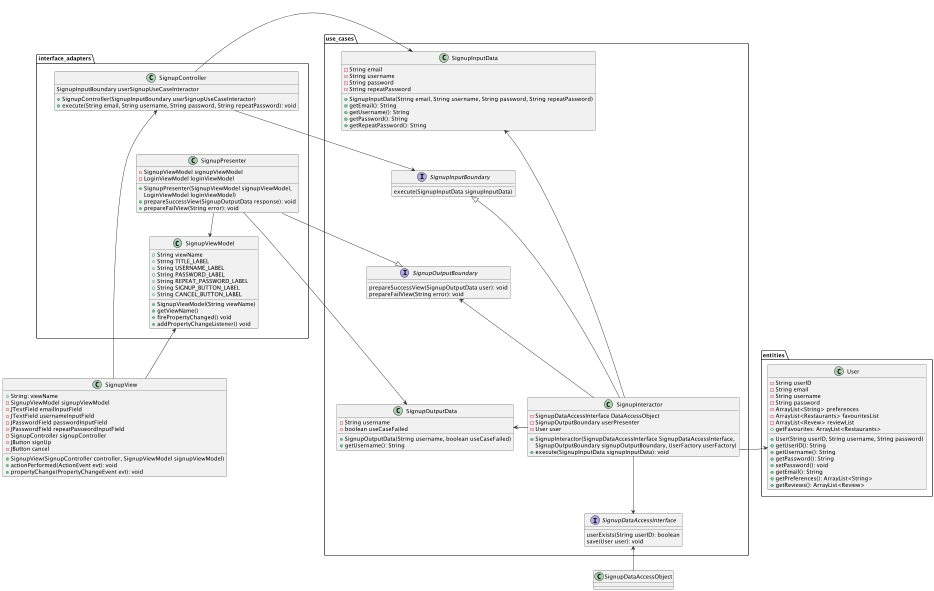
This is src/UML_Diagrams/SignupUseCase_UML.png from sarahmccxv/Restaurant-Search-Application, a PlantUML export, as it was before one commit. Source of this version:
```plantuml
@startuml


class SignupDataAccessObject{

}

class SignupView{
+ String: viewName
- SignupViewModel signupViewModel
- JTextField emailInputField
- JTextField usernameInputField
- JPasswordField passwordInputField
- JPasswordField repeatPasswordInputField
- SignupController signupController
- JButton signUp
- JButton cancel
+ SignupView(SignupController controller, SignupViewModel signupViewModel)
+ actionPerformed(ActionEvent evt): void
+ propertyChange(PropertyChangeEvent evt): void
}

SignupView-up->.interface_adapters.SignupController
SignupView-up->.interface_adapters.SignupViewModel
SignupDataAccessObject-up->.use_cases.SignupDataAccessInterface
.interface_adapters -right[hidden]-> .use_cases
.interface_adapters -down[hidden]-> SignupView

namespace interface_adapters {

class SignupViewModel{
+String viewName
+String TITLE_LABEL
+String USERNAME_LABEL
+String PASSWORD_LABEL
+String REPEAT_PASSWORD_LABEL
+String SIGNUP_BUTTON_LABEL
+String CANCEL_BUTTON_LABEL
+ SignupViewModel(String viewName)
+ getViewName()
+ firePropertyChanged() void
+ addPropertyChangeListener() void
}

class SignupPresenter {
- SignupViewModel signupViewModel
- LoginViewModel loginViewModel
+ SignupPresenter(SignupViewModel signupViewModel,
                           LoginViewModel loginViewModel)
+ prepareSuccessView(SignupOutputData response): void
+ prepareFailView(String error): void
}

class SignupController{
SignupInputBoundary userSignupUseCaseInteractor
+ SignupController(SignupInputBoundary userSignupUseCaseInteractor)
+ execute(String email, String username, String password, String repeatPassword): void
}


SignupPresenter-down->SignupViewModel
SignupPresenter-[hidden]up->SignupController
SignupController-right->.use_cases.SignupInputData
SignupController-right->.use_cases.SignupInputBoundary
SignupPresenter-right-|>.use_cases.SignupOutputBoundary
SignupPresenter-right->.use_cases.SignupOutputData
}







namespace use_cases {
class SignupInputData{
- String email
- String username
- String password
- String repeatPassword
+ SignupInputData(String email, String username, String password, String repeatPassword)
+ getEmail(): String
+ getUsername(): String
+ getPassword(): String
+ getRepeatPassword(): String
}

interface SignupInputBoundary{
execute(SignupInputData signupInputData)
}

interface SignupOutputBoundary{
prepareSuccessView(SignupOutputData user): void
prepareFailView(String error): void
}

class SignupOutputData{
- String username
- boolean useCaseFailed
+ SignupOutputData(String username, boolean useCaseFailed)
+ getUsername(): String
}

class SignupInteractor{
-SignupDataAccessInterface DataAccessObject
-SignupOutputBoundary userPresenter
-User user
+ SignupInteractor(SignupDataAccessInterface SignupDataAccessInterface,
                SignupOutputBoundary signupOutputBoundary, UserFactory userFactory)
+ execute(SignupInputData signupInputData): void
}

interface SignupDataAccessInterface{
userExists(String userID): boolean
save(User user): void
}

SignupInputData-[hidden]down->SignupInputBoundary
SignupInputBoundary-[hidden]down->SignupOutputBoundary
SignupOutputBoundary-[hidden]down->SignupOutputData

SignupInteractor-left->SignupInputData
SignupInteractor-left-|>SignupInputBoundary
SignupInteractor-left->SignupOutputData
SignupInteractor-left->SignupOutputBoundary
SignupInteractor-right->.entities.User
SignupInteractor-down->SignupDataAccessInterface
}


namespace entities {
class User {
- String userID
- String email
- String username
- String password
- ArrayList<String> preferences
- ArrayList<Restaurants> favouritesList
- ArrayList<Revew> reviewList
+ User(String userID, String username, String password)
+ getUserID(): String
+ getUsername(): String
+ getPassword(): String
+ setPassword(): void
+ getEmail(): String
+ getPreferences(): ArrayList<String>
+ getFavourites: ArrayList<Restaurants>
+ getReviews(): ArrayList<Review>
}

}
@enduml
```
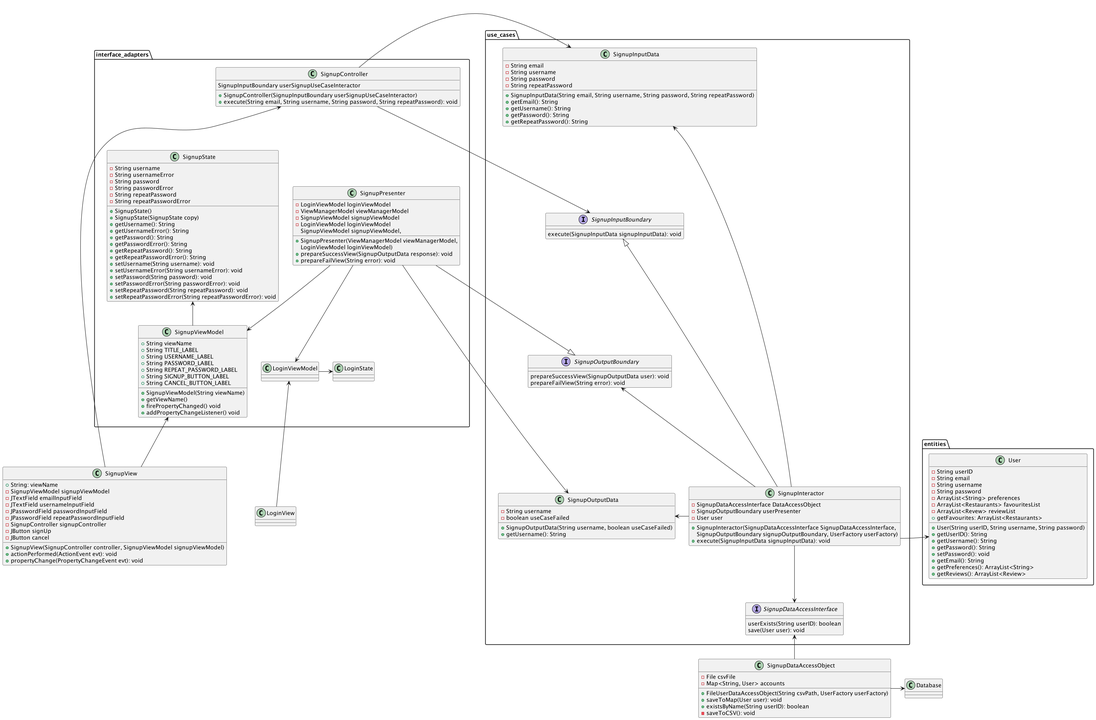
After the change.

Commit message:
SignupUseCase UML draft 3

The edit, as a diff of the source:
```diff
@@ -1,8 +1,24 @@
 @startuml
 
 
+skinparam dpi 300
+
+
+class LoginView {
+}
+
+class Database {
+}
+
+
+
 class SignupDataAccessObject{
-
+- File csvFile
+- Map<String, User> accounts
++ FileUserDataAccessObject(String csvPath, UserFactory userFactory)
++ saveToMap(User user): void
++ existsByName(String userID): boolean
+- saveToCSV(): void
 }
 
 class SignupView{
@@ -20,8 +36,11 @@
 + propertyChange(PropertyChangeEvent evt): void
 }
 
+SignupView-[hidden]right->LoginView
+
 SignupView-up->.interface_adapters.SignupController
 SignupView-up->.interface_adapters.SignupViewModel
+LoginView-up->.interface_adapters.LoginViewModel
 SignupDataAccessObject-up->.use_cases.SignupDataAccessInterface
 .interface_adapters -right[hidden]-> .use_cases
 .interface_adapters -down[hidden]-> SignupView
@@ -43,9 +62,12 @@
 }
 
 class SignupPresenter {
+- LoginViewModel loginViewModel
+- ViewManagerModel viewManagerModel
 - SignupViewModel signupViewModel
 - LoginViewModel loginViewModel
-+ SignupPresenter(SignupViewModel signupViewModel,
++ SignupPresenter(ViewManagerModel viewManagerModel,
+                           SignupViewModel signupViewModel,
                            LoginViewModel loginViewModel)
 + prepareSuccessView(SignupOutputData response): void
 + prepareFailView(String error): void
@@ -58,13 +80,51 @@
 }
 
 
+class LoginViewModel{
+}
+
+class SignupState {
+- String username
+- String usernameError
+- String password
+- String passwordError
+- String repeatPassword
+- String repeatPasswordError
++ SignupState()
++ SignupState(SignupState copy)
++ getUsername(): String
++ getUsernameError(): String
++ getPassword(): String
++ getPasswordError(): String
++ getRepeatPassword(): String
++ getRepeatPasswordError(): String
++ setUsername(String username): void
++ setUsernameError(String usernameError): void
++ setPassword(String password): void
++ setPasswordError(String passwordError): void
++ setRepeatPassword(String repeatPassword): void
++ setRepeatPasswordError(String repeatPasswordError): void
+}
+
+
+SignupPresenter-left[hidden]->SignupState
+SignupPresenter-[hidden]up->SignupController
 SignupPresenter-down->SignupViewModel
-SignupPresenter-[hidden]up->SignupController
+SignupViewModel-[hidden]right->LoginViewModel
 SignupController-right->.use_cases.SignupInputData
 SignupController-right->.use_cases.SignupInputBoundary
 SignupPresenter-right-|>.use_cases.SignupOutputBoundary
 SignupPresenter-right->.use_cases.SignupOutputData
+SignupViewModel-up->SignupState
+LoginViewModel-right->LoginState
+SignupPresenter-down->LoginViewModel
+SignupDataAccessObject-right->Database
 }
+
+
+
+
+
 
 
 
@@ -86,7 +146,7 @@
 }
 
 interface SignupInputBoundary{
-execute(SignupInputData signupInputData)
+execute(SignupInputData signupInputData): void
 }
 
 interface SignupOutputBoundary{
@@ -128,6 +188,11 @@
 }
 
 
+
+
+
+
+
 namespace entities {
 class User {
 - String userID
@@ -149,4 +214,9 @@
 }
 
 }
+
+
+
+
+
 @enduml
```
